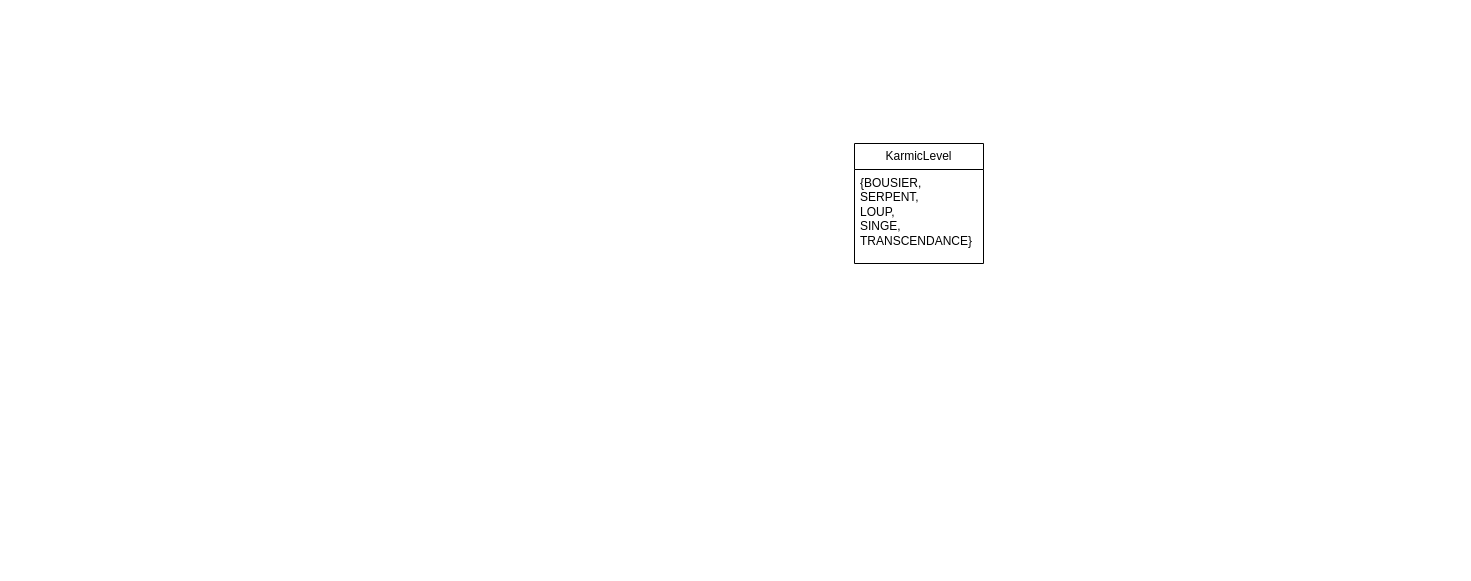
Earlier version of the draw.io diagram Diagramme de classes core.drawio (Riuza-c-137/diagrams.net-default_repo). Source tidied: cells renumbered, new cells numbered last; positions are measured from the earlier drawing's top-left corner, leaving out a move shared by most shapes. Both pictures are drawn from the tidied source at 100%, with x=0, y=0 at pixel (854, 143).
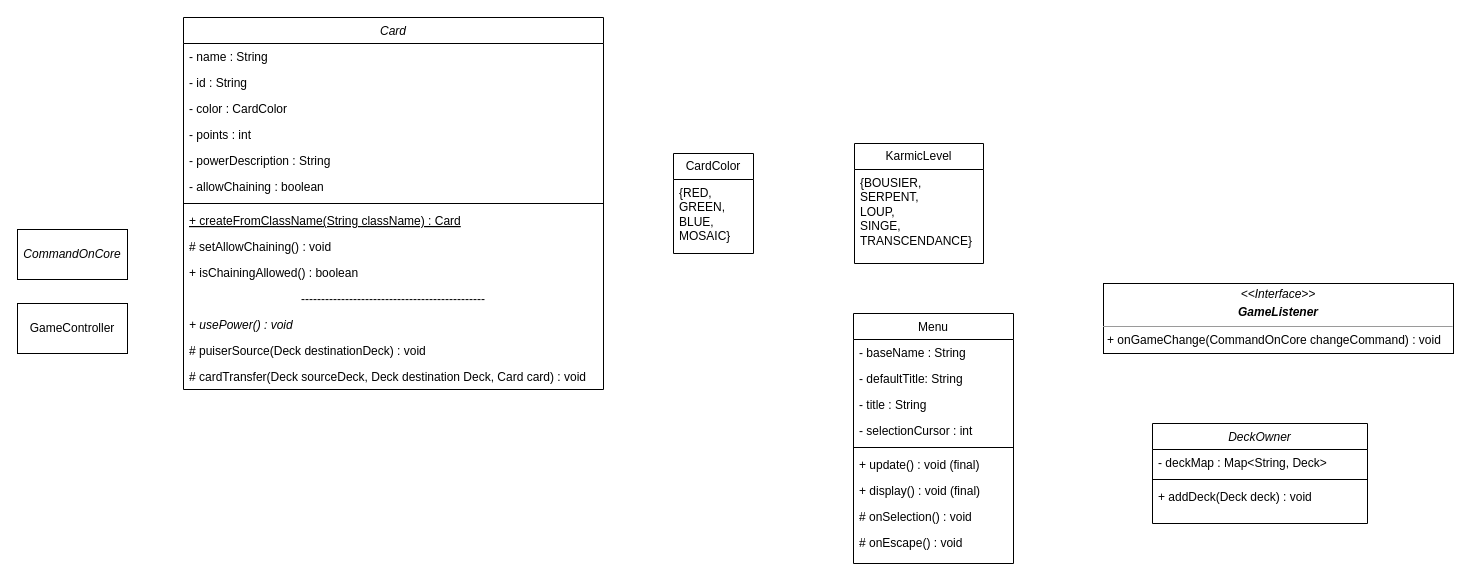
After the change.

Commit message (it also covers changes not shown here):
Mettre à jour Diagramme de classes core.drawio

What changed in the source:
```diff
@@
+    <mxCell id="4" value="Menu" style="swimlane;fontStyle=0;align=center;verticalAlign=top;horizontal=1;startSize=26;rounded=0;shadow=0;strokeWidth=1;" parent="1" vertex="1">
+      <mxGeometry x="-1" y="170" width="160" height="250" as="geometry" />
+    </mxCell>
+    <mxCell id="5" value="- baseName : String" style="text;align=left;verticalAlign=top;spacingLeft=4;spacingRight=4;overflow=hidden;" parent="4" vertex="1">
+      <mxGeometry y="26" width="160" height="26" as="geometry" />
+    </mxCell>
+    <mxCell id="6" value="- defaultTitle: String" style="text;align=left;verticalAlign=top;spacingLeft=4;spacingRight=4;overflow=hidden;" parent="4" vertex="1">
+      <mxGeometry y="52" width="160" height="26" as="geometry" />
+    </mxCell>
+    <mxCell id="7" value="- title : String" style="text;align=left;verticalAlign=top;spacingLeft=4;spacingRight=4;overflow=hidden;" parent="4" vertex="1">
+      <mxGeometry y="78" width="160" height="26" as="geometry" />
+    </mxCell>
+    <mxCell id="8" value="- selectionCursor : int" style="text;align=left;verticalAlign=top;spacingLeft=4;spacingRight=4;overflow=hidden;" parent="4" vertex="1">
+      <mxGeometry y="104" width="160" height="26" as="geometry" />
+    </mxCell>
+    <mxCell id="9" style="line;html=1;strokeWidth=1;align=left;verticalAlign=middle;spacingTop=-1;spacingLeft=3;spacingRight=3;labelPosition=right;" parent="4" vertex="1">
+      <mxGeometry y="130" width="160" height="8" as="geometry" />
+    </mxCell>
+    <mxCell id="10" value="+ update() : void (final)" style="text;align=left;verticalAlign=top;spacingLeft=4;spacingRight=4;overflow=hidden;fontStyle=0;" parent="4" vertex="1">
+      <mxGeometry y="138" width="160" height="26" as="geometry" />
+    </mxCell>
+    <mxCell id="11" value="+ display() : void (final)" style="text;align=left;verticalAlign=top;spacingLeft=4;spacingRight=4;overflow=hidden;fontStyle=0;" parent="4" vertex="1">
+      <mxGeometry y="164" width="160" height="26" as="geometry" />
+    </mxCell>
+    <mxCell id="12" value="# onSelection() : void " style="text;align=left;verticalAlign=top;spacingLeft=4;spacingRight=4;overflow=hidden;fontStyle=0;" parent="4" vertex="1">
+      <mxGeometry y="190" width="160" height="26" as="geometry" />
+    </mxCell>
+    <mxCell id="13" value="# onEscape() : void " style="text;align=left;verticalAlign=top;spacingLeft=4;spacingRight=4;overflow=hidden;fontStyle=0;" parent="4" vertex="1">
+      <mxGeometry y="216" width="160" height="24" as="geometry" />
+    </mxCell>
+    <mxCell id="14" value="&lt;p style=&quot;margin:0px;margin-top:4px;text-align:center;&quot;&gt;&lt;i&gt;&amp;lt;&amp;lt;Interface&amp;gt;&amp;gt;&lt;/i&gt;&lt;br&gt;&lt;/p&gt;&lt;p style=&quot;margin:0px;margin-top:4px;text-align:center;&quot;&gt;&lt;i&gt;&lt;b&gt;GameListener&lt;/b&gt;&lt;/i&gt;&lt;/p&gt;&lt;hr size=&quot;1&quot;&gt;&lt;p style=&quot;margin:0px;margin-left:4px;&quot;&gt;+ onGameChange(CommandOnCore changeCommand) : void&lt;/p&gt;" style="verticalAlign=top;align=left;overflow=fill;fontSize=12;fontFamily=Helvetica;html=1;whiteSpace=wrap;" parent="1" vertex="1">
+      <mxGeometry x="249" y="140" width="350" height="70" as="geometry" />
+    </mxCell>
+    <mxCell id="15" value="DeckOwner" style="swimlane;fontStyle=2;align=center;verticalAlign=top;horizontal=1;startSize=26;rounded=0;shadow=0;strokeWidth=1;" parent="1" vertex="1">
+      <mxGeometry x="298" y="280" width="215" height="100" as="geometry" />
+    </mxCell>
+    <mxCell id="16" value="- deckMap : Map&lt;String, Deck&gt;" style="text;align=left;verticalAlign=top;spacingLeft=4;spacingRight=4;overflow=hidden;" parent="15" vertex="1">
+      <mxGeometry y="26" width="215" height="26" as="geometry" />
+    </mxCell>
+    <mxCell id="17" style="line;html=1;strokeWidth=1;align=left;verticalAlign=middle;spacingTop=-1;spacingLeft=3;spacingRight=3;labelPosition=right;" parent="15" vertex="1">
+      <mxGeometry y="52" width="215" height="8" as="geometry" />
+    </mxCell>
+    <mxCell id="18" value="+ addDeck(Deck deck) : void" style="text;align=left;verticalAlign=top;spacingLeft=4;spacingRight=4;overflow=hidden;rounded=0;shadow=0;html=0;" parent="15" vertex="1">
+      <mxGeometry y="60" width="215" height="26" as="geometry" />
+    </mxCell>
+    <mxCell id="19" value="CardColor" style="swimlane;fontStyle=0;horizontal=1;startSize=26;fillColor=none;whiteSpace=wrap;html=1;" parent="1" vertex="1">
+      <mxGeometry x="-181" y="10" width="80" height="100" as="geometry" />
+    </mxCell>
+    <mxCell id="20" value="{RED,&lt;br&gt;GREEN,&lt;br&gt;BLUE,&lt;br&gt;MOSAIC}" style="text;strokeColor=none;fillColor=none;align=left;verticalAlign=top;spacingLeft=4;spacingRight=4;overflow=hidden;whiteSpace=wrap;html=1;" parent="19" vertex="1">
+      <mxGeometry y="26" width="80" height="74" as="geometry" />
+    </mxCell>
+    <mxCell id="21" value="Card" style="swimlane;fontStyle=2;align=center;verticalAlign=top;horizontal=1;startSize=26;rounded=0;shadow=0;strokeWidth=1;" parent="1" vertex="1">
+      <mxGeometry x="-671" y="-126" width="420" height="372" as="geometry" />
+    </mxCell>
+    <mxCell id="22" value="- name : String" style="text;align=left;verticalAlign=top;spacingLeft=4;spacingRight=4;overflow=hidden;" parent="21" vertex="1">
+      <mxGeometry y="26" width="420" height="26" as="geometry" />
+    </mxCell>
+    <mxCell id="23" value="- id : String" style="text;align=left;verticalAlign=top;spacingLeft=4;spacingRight=4;overflow=hidden;" parent="21" vertex="1">
+      <mxGeometry y="52" width="420" height="26" as="geometry" />
+    </mxCell>
+    <mxCell id="24" value="- color : CardColor" style="text;align=left;verticalAlign=top;spacingLeft=4;spacingRight=4;overflow=hidden;" parent="21" vertex="1">
+      <mxGeometry y="78" width="420" height="26" as="geometry" />
+    </mxCell>
+    <mxCell id="25" value="- points : int" style="text;align=left;verticalAlign=top;spacingLeft=4;spacingRight=4;overflow=hidden;" parent="21" vertex="1">
+      <mxGeometry y="104" width="420" height="26" as="geometry" />
+    </mxCell>
+    <mxCell id="26" value="- powerDescription : String" style="text;align=left;verticalAlign=top;spacingLeft=4;spacingRight=4;overflow=hidden;" parent="21" vertex="1">
+      <mxGeometry y="130" width="420" height="26" as="geometry" />
+    </mxCell>
+    <mxCell id="27" value="- allowChaining : boolean" style="text;align=left;verticalAlign=top;spacingLeft=4;spacingRight=4;overflow=hidden;" parent="21" vertex="1">
+      <mxGeometry y="156" width="420" height="26" as="geometry" />
+    </mxCell>
+    <mxCell id="28" style="line;html=1;strokeWidth=1;align=left;verticalAlign=middle;spacingTop=-1;spacingLeft=3;spacingRight=3;labelPosition=right;" parent="21" vertex="1">
+      <mxGeometry y="182" width="420" height="8" as="geometry" />
+    </mxCell>
+    <mxCell id="29" value="+ createFromClassName(String className) : Card" style="text;align=left;verticalAlign=top;spacingLeft=4;spacingRight=4;overflow=hidden;fontStyle=4;" parent="21" vertex="1">
+      <mxGeometry y="190" width="420" height="26" as="geometry" />
+    </mxCell>
+    <mxCell id="30" value="# setAllowChaining() : void" style="text;align=left;verticalAlign=top;spacingLeft=4;spacingRight=4;overflow=hidden;" parent="21" vertex="1">
+      <mxGeometry y="216" width="420" height="26" as="geometry" />
+    </mxCell>
+    <mxCell id="31" value="+ isChainingAllowed() : boolean" style="text;align=left;verticalAlign=top;spacingLeft=4;spacingRight=4;overflow=hidden;" parent="21" vertex="1">
+      <mxGeometry y="242" width="420" height="26" as="geometry" />
+    </mxCell>
+    <mxCell id="32" value="----------------------------------------------" style="text;align=center;verticalAlign=top;spacingLeft=4;spacingRight=4;overflow=hidden;" parent="21" vertex="1">
+      <mxGeometry y="268" width="420" height="26" as="geometry" />
+    </mxCell>
+    <mxCell id="33" value="+ usePower() : void" style="text;align=left;verticalAlign=top;spacingLeft=4;spacingRight=4;overflow=hidden;fontStyle=2;" parent="21" vertex="1">
+      <mxGeometry y="294" width="420" height="26" as="geometry" />
+    </mxCell>
+    <mxCell id="34" value="# puiserSource(Deck destinationDeck) : void" style="text;align=left;verticalAlign=top;spacingLeft=4;spacingRight=4;overflow=hidden;" parent="21" vertex="1">
+      <mxGeometry y="320" width="420" height="26" as="geometry" />
+    </mxCell>
+    <mxCell id="35" value="# cardTransfer(Deck sourceDeck, Deck destination Deck, Card card) : void" style="text;align=left;verticalAlign=top;spacingLeft=4;spacingRight=4;overflow=hidden;" parent="21" vertex="1">
+      <mxGeometry y="346" width="420" height="26" as="geometry" />
+    </mxCell>
+    <mxCell id="36" value="&lt;i&gt;CommandOnCore&lt;/i&gt;" style="html=1;whiteSpace=wrap;" parent="1" vertex="1">
+      <mxGeometry x="-837" y="86" width="110" height="50" as="geometry" />
+    </mxCell>
+    <mxCell id="37" value="GameController" style="html=1;whiteSpace=wrap;" parent="1" vertex="1">
+      <mxGeometry x="-837" y="160" width="110" height="50" as="geometry" />
+    </mxCell>
```
